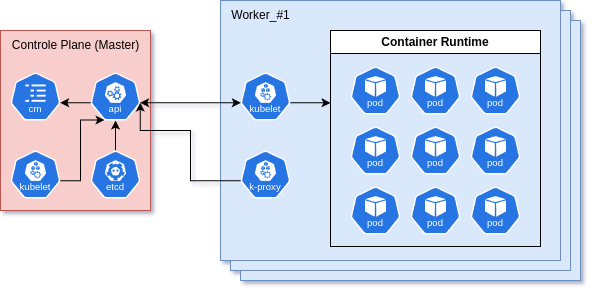
Above: Study/k8s/image/쿠버네티스 기본 구성.png in byounghak36/study (draw.io), before the change. Source tidied: cells renumbered, new cells last; positions are measured from the earlier drawing's top-left corner, leaving out a move shared by most shapes.
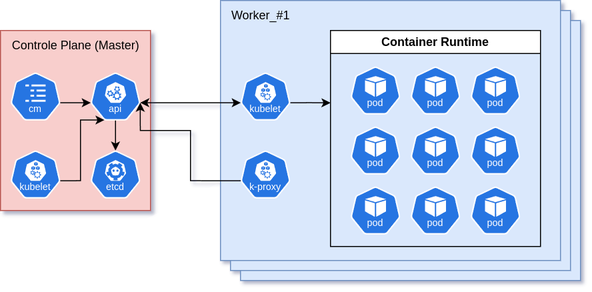
Later version of the same file.

The edit, as a diff of the source:
```diff
@@ -14,9 +14,6 @@
     <mxCell id="5" style="rounded=0;whiteSpace=wrap;html=1;fillColor=#f8cecc;strokeColor=#b85450;" parent="1" vertex="1">
       <mxGeometry y="30" width="150" height="180" as="geometry" />
     </mxCell>
-    <mxCell id="6" style="edgeStyle=orthogonalEdgeStyle;rounded=0;jettySize=auto;html=1;exitX=0.5;exitY=0;exitDx=0;exitDy=0;exitPerimeter=0;" parent="1" edge="1" source="7" target="10">
-      <mxGeometry relative="1" as="geometry" />
-    </mxCell>
     <mxCell id="7" style="sketch=0;html=1;dashed=0;whitespace=wrap;fillColor=#2875E2;strokeColor=#ffffff;points=[[0.005,0.63,0],[0.1,0.2,0],[0.9,0.2,0],[0.5,0,0],[0.995,0.63,0],[0.72,0.99,0],[0.5,1,0],[0.28,0.99,0]];shape=mxgraph.kubernetes.icon2;kubernetesLabel=1;prIcon=etcd;" parent="1" vertex="1">
       <mxGeometry x="90" y="150" width="50" height="48" as="geometry" />
     </mxCell>
@@ -70,9 +67,6 @@
     <mxCell id="23" style="sketch=0;html=1;dashed=0;whitespace=wrap;fillColor=#2875E2;strokeColor=#ffffff;shape=mxgraph.kubernetes.icon2;kubernetesLabel=1;prIcon=pod;" parent="14" vertex="1">
       <mxGeometry x="140" y="156" width="50" height="48" as="geometry" />
     </mxCell>
-    <mxCell id="24" style="edgeStyle=orthogonalEdgeStyle;rounded=0;jettySize=auto;html=1;exitX=0.005;exitY=0.63;exitDx=0;exitDy=0;exitPerimeter=0;entryX=0.995;entryY=0.63;entryDx=0;entryDy=0;entryPerimeter=0;" parent="1" edge="1" source="10" target="11">
-      <mxGeometry relative="1" as="geometry" />
-    </mxCell>
     <mxCell id="25" style="edgeStyle=orthogonalEdgeStyle;rounded=0;jettySize=auto;html=1;exitX=0.995;exitY=0.63;exitDx=0;exitDy=0;exitPerimeter=0;entryX=0.28;entryY=0.99;entryDx=0;entryDy=0;entryPerimeter=0;" parent="1" edge="1" source="8" target="10">
       <mxGeometry relative="1" as="geometry">
         <Array as="points">
@@ -99,5 +93,11 @@
     <mxCell id="29" value="Worker_#1" style="text;html=1;align=center;verticalAlign=middle;strokeColor=none;fillColor=none;" parent="1" vertex="1">
       <mxGeometry x="220" width="80" height="30" as="geometry" />
     </mxCell>
+    <mxCell id="30" style="edgeStyle=orthogonalEdgeStyle;rounded=0;jettySize=auto;html=1;exitX=0.995;exitY=0.63;exitDx=0;exitDy=0;exitPerimeter=0;entryX=0.005;entryY=0.63;entryDx=0;entryDy=0;entryPerimeter=0;" parent="1" edge="1" source="11" target="10">
+      <mxGeometry relative="1" as="geometry" />
+    </mxCell>
+    <mxCell id="31" style="edgeStyle=orthogonalEdgeStyle;rounded=0;jettySize=auto;html=1;exitX=0.5;exitY=1;exitDx=0;exitDy=0;exitPerimeter=0;entryX=0.5;entryY=0;entryDx=0;entryDy=0;entryPerimeter=0;" parent="1" edge="1" source="10" target="7">
+      <mxGeometry relative="1" as="geometry" />
+    </mxCell>
   </root>
 </mxGraphModel>
```
